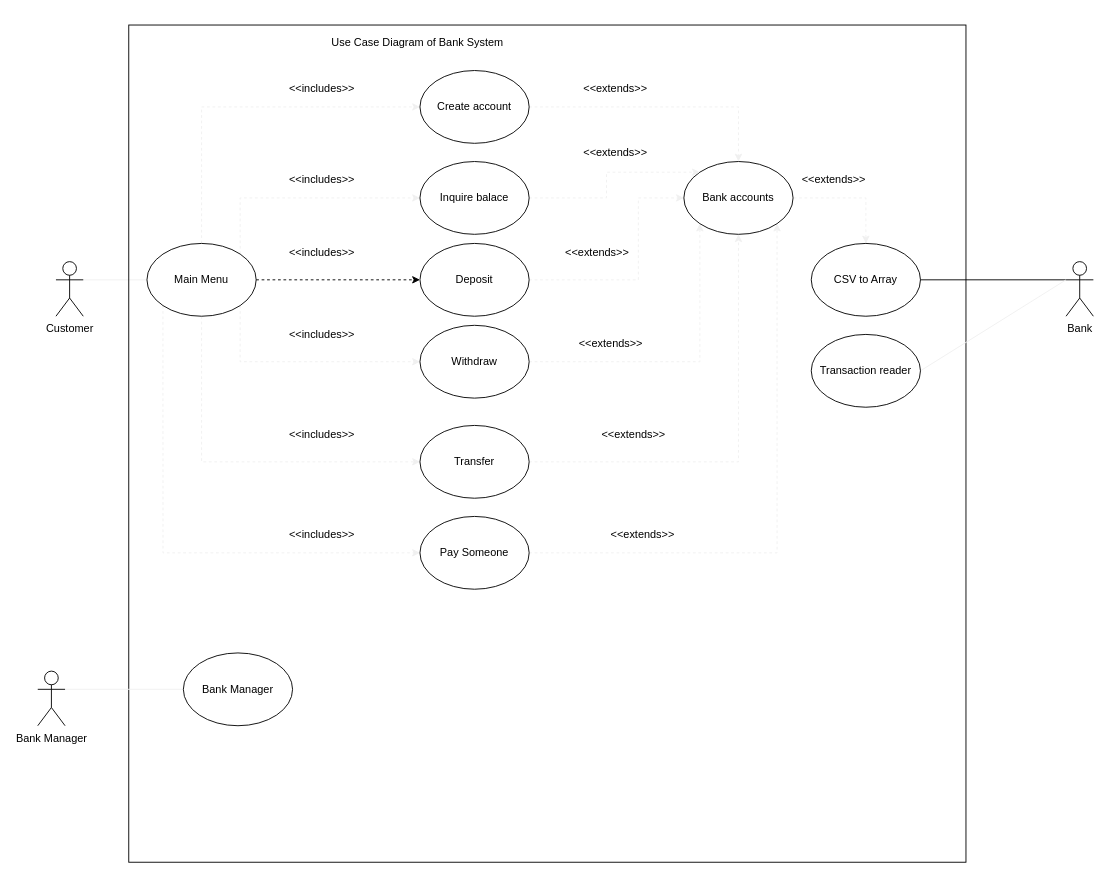
Above: page "UML use case" (1 of 2) of Untitled Diagram.drawio in Ocor17/Simple-Banking-Application (draw.io), before the change. Source tidied: cells renumbered, new cells numbered last; positions are measured from the earlier drawing's top-left corner, leaving out a move shared by most shapes. Both pictures are drawn from the tidied source at 91%, with x=0, y=0 at pixel (37, 25).
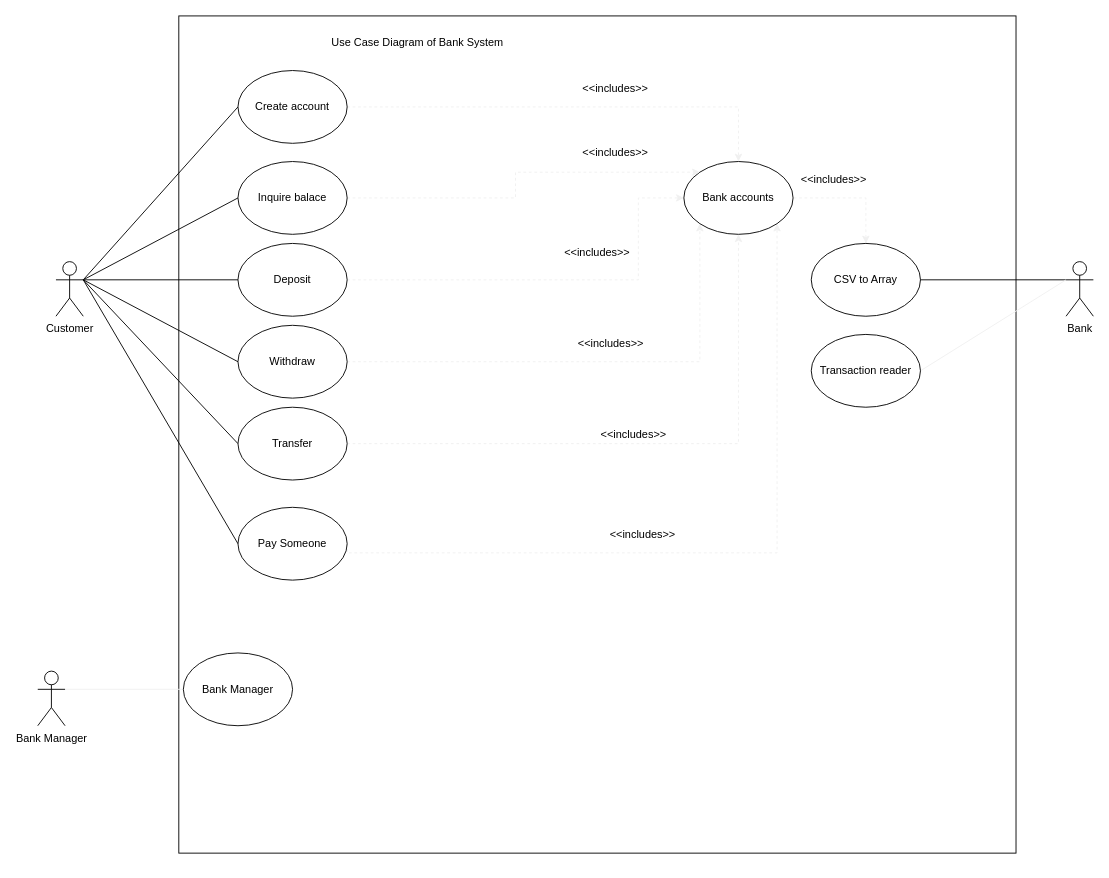
After the change.

The change refers to these unchanged cells:
```xml
<mxCell id="10" value="Customer" style="shape=umlActor;verticalLabelPosition=bottom;verticalAlign=top;html=1;outlineConnect=0;" parent="1" vertex="1">
  <mxGeometry x="20" y="260" width="30" height="60" as="geometry" />
</mxCell>
```

Diff of the diagram source:
```diff
@@
-    <mxCell id="2" style="edgeStyle=none;rounded=0;jettySize=auto;html=1;exitX=1;exitY=0.5;exitDx=0;exitDy=0;endArrow=classic;endFill=1;entryX=0;entryY=0.5;entryDx=0;entryDy=0;dashed=1;" parent="1" edge="1" source="37" target="21">
-      <mxGeometry relative="1" as="geometry" />
-    </mxCell>
-    <mxCell id="3" style="edgeStyle=orthogonalEdgeStyle;rounded=0;jettySize=auto;html=1;exitX=0.5;exitY=0;exitDx=0;exitDy=0;entryX=0;entryY=0.5;entryDx=0;entryDy=0;endArrow=classic;endFill=1;strokeColor=#f0f0f0;startArrow=none;startFill=0;dashed=1;" parent="1" edge="1" source="37" target="27">
-      <mxGeometry relative="1" as="geometry" />
-    </mxCell>
-    <mxCell id="4" style="edgeStyle=orthogonalEdgeStyle;rounded=0;jettySize=auto;html=1;exitX=1;exitY=1;exitDx=0;exitDy=0;entryX=0;entryY=0.5;entryDx=0;entryDy=0;startArrow=none;startFill=0;endArrow=classic;endFill=1;strokeColor=#f0f0f0;dashed=1;" parent="1" edge="1" source="37" target="19">
-      <mxGeometry relative="1" as="geometry">
-        <Array as="points">
-          <mxPoint x="222" y="370" />
-        </Array>
-      </mxGeometry>
-    </mxCell>
-    <mxCell id="5" style="edgeStyle=orthogonalEdgeStyle;rounded=0;jettySize=auto;html=1;exitX=0.5;exitY=1;exitDx=0;exitDy=0;entryX=0;entryY=0.5;entryDx=0;entryDy=0;startArrow=none;startFill=0;endArrow=classic;endFill=1;strokeColor=#f0f0f0;dashed=1;" parent="1" edge="1" source="37" target="23">
-      <mxGeometry relative="1" as="geometry">
-        <Array as="points">
-          <mxPoint x="180" y="480" />
-        </Array>
-      </mxGeometry>
-    </mxCell>
-    <mxCell id="6" style="edgeStyle=orthogonalEdgeStyle;rounded=0;jettySize=auto;html=1;exitX=0;exitY=1;exitDx=0;exitDy=0;entryX=0;entryY=0.5;entryDx=0;entryDy=0;startArrow=none;startFill=0;endArrow=classic;endFill=1;strokeColor=#f0f0f0;dashed=1;" parent="1" edge="1" source="37" target="25">
-      <mxGeometry relative="1" as="geometry">
-        <Array as="points">
-          <mxPoint x="138" y="580" />
-        </Array>
-      </mxGeometry>
-    </mxCell>
-    <mxCell id="7" style="rounded=0;jettySize=auto;html=1;exitX=1;exitY=0;exitDx=0;exitDy=0;entryX=0;entryY=0.5;entryDx=0;entryDy=0;startArrow=none;startFill=0;endArrow=classic;endFill=1;strokeColor=#f0f0f0;dashed=1;edgeStyle=orthogonalEdgeStyle;" parent="1" edge="1" source="37" target="36">
-      <mxGeometry relative="1" as="geometry">
-        <Array as="points">
-          <mxPoint x="222" y="190" />
-        </Array>
-      </mxGeometry>
-    </mxCell>
@@
-    <mxCell id="9" style="edgeStyle=none;rounded=0;jettySize=auto;html=1;exitX=1;exitY=0.3333333333333333;exitDx=0;exitDy=0;exitPerimeter=0;entryX=0;entryY=0.5;entryDx=0;entryDy=0;startArrow=none;startFill=0;endArrow=none;endFill=0;strokeColor=#f0f0f0;" parent="1" edge="1" source="10" target="37">
-      <mxGeometry relative="1" as="geometry" />
-    </mxCell>
+    <mxCell id="49" style="rounded=0;jettySize=auto;html=1;exitX=1;exitY=0.3333333333333333;exitDx=0;exitDy=0;exitPerimeter=0;entryX=0;entryY=0.5;entryDx=0;entryDy=0;endArrow=none;endFill=0;" parent="1" edge="1" source="10" target="27">
+      <mxGeometry relative="1" as="geometry" />
+    </mxCell>
+    <mxCell id="50" style="edgeStyle=none;rounded=0;jettySize=auto;html=1;exitX=1;exitY=0.3333333333333333;exitDx=0;exitDy=0;exitPerimeter=0;entryX=0;entryY=0.5;entryDx=0;entryDy=0;endArrow=none;endFill=0;" parent="1" edge="1" source="10" target="36">
+      <mxGeometry relative="1" as="geometry" />
+    </mxCell>
+    <mxCell id="51" style="edgeStyle=none;rounded=0;jettySize=auto;html=1;exitX=1;exitY=0.3333333333333333;exitDx=0;exitDy=0;exitPerimeter=0;entryX=0;entryY=0.5;entryDx=0;entryDy=0;endArrow=none;endFill=0;" parent="1" edge="1" source="10" target="21">
+      <mxGeometry relative="1" as="geometry" />
+    </mxCell>
+    <mxCell id="52" style="edgeStyle=none;rounded=0;jettySize=auto;html=1;exitX=1;exitY=0.3333333333333333;exitDx=0;exitDy=0;exitPerimeter=0;entryX=0;entryY=0.5;entryDx=0;entryDy=0;endArrow=none;endFill=0;" parent="1" edge="1" source="10" target="19">
+      <mxGeometry relative="1" as="geometry" />
+    </mxCell>
+    <mxCell id="53" style="edgeStyle=none;rounded=0;jettySize=auto;html=1;exitX=1;exitY=0.3333333333333333;exitDx=0;exitDy=0;exitPerimeter=0;entryX=0;entryY=0.5;entryDx=0;entryDy=0;endArrow=none;endFill=0;" parent="1" edge="1" source="10" target="23">
+      <mxGeometry relative="1" as="geometry" />
+    </mxCell>
+    <mxCell id="54" style="edgeStyle=none;rounded=0;jettySize=auto;html=1;exitX=1;exitY=0.3333333333333333;exitDx=0;exitDy=0;exitPerimeter=0;entryX=0;entryY=0.5;entryDx=0;entryDy=0;endArrow=none;endFill=0;" parent="1" edge="1" source="10" target="25">
+      <mxGeometry relative="1" as="geometry" />
+    </mxCell>
@@
     <mxCell id="11" style="whiteSpace=wrap;html=1;fillColor=none;perimeter=rectanglePerimeter;rounded=0;imageWidth=23;imageAspect=0;" parent="1" vertex="1">
-      <mxGeometry x="100" width="920" height="920" as="geometry" />
+      <mxGeometry x="155" y="-10" width="920" height="920" as="geometry" />
     </mxCell>
@@
     <mxCell id="19" value="Withdraw" style="ellipse;whiteSpace=wrap;html=1;fillColor=none;" parent="1" vertex="1">
-      <mxGeometry x="420" y="330" width="120" height="80" as="geometry" />
+      <mxGeometry x="220" y="330" width="120" height="80" as="geometry" />
     </mxCell>
@@
     <mxCell id="21" value="Deposit" style="ellipse;whiteSpace=wrap;html=1;fillColor=none;" parent="1" vertex="1">
-      <mxGeometry x="420" y="240" width="120" height="80" as="geometry" />
+      <mxGeometry x="220" y="240" width="120" height="80" as="geometry" />
     </mxCell>
@@
     <mxCell id="23" value="Transfer" style="ellipse;whiteSpace=wrap;html=1;fillColor=none;" parent="1" vertex="1">
-      <mxGeometry x="420" y="440" width="120" height="80" as="geometry" />
+      <mxGeometry x="220" y="420" width="120" height="80" as="geometry" />
     </mxCell>
@@
     <mxCell id="25" value="Pay Someone" style="ellipse;whiteSpace=wrap;html=1;fillColor=none;" parent="1" vertex="1">
-      <mxGeometry x="420" y="540" width="120" height="80" as="geometry" />
+      <mxGeometry x="220" y="530" width="120" height="80" as="geometry" />
     </mxCell>
@@
     <mxCell id="27" value="Create account" style="ellipse;whiteSpace=wrap;html=1;fillColor=none;" parent="1" vertex="1">
-      <mxGeometry x="420" y="50" width="120" height="80" as="geometry" />
+      <mxGeometry x="220" y="50" width="120" height="80" as="geometry" />
     </mxCell>
@@
-    <mxCell id="33" value="&amp;lt;&amp;lt;extends&amp;gt;&amp;gt;" style="text;html=1;strokeColor=none;fillColor=none;align=center;verticalAlign=middle;whiteSpace=wrap;rounded=0;" parent="1" vertex="1">
+    <mxCell id="33" value="&amp;lt;&amp;lt;includes&amp;gt;&amp;gt;" style="text;html=1;strokeColor=none;fillColor=none;align=center;verticalAlign=middle;whiteSpace=wrap;rounded=0;" parent="1" vertex="1">
       <mxGeometry x="830" y="160" width="90" height="20" as="geometry" />
     </mxCell>
-    <mxCell id="34" value="&amp;lt;&amp;lt;extends&amp;gt;&amp;gt;" style="text;html=1;strokeColor=none;fillColor=none;align=center;verticalAlign=middle;whiteSpace=wrap;rounded=0;" parent="1" vertex="1">
+    <mxCell id="34" value="&amp;lt;&amp;lt;includes&amp;gt;&amp;gt;" style="text;html=1;strokeColor=none;fillColor=none;align=center;verticalAlign=middle;whiteSpace=wrap;rounded=0;" parent="1" vertex="1">
       <mxGeometry x="590" y="60" width="90" height="20" as="geometry" />
     </mxCell>
@@
     <mxCell id="36" value="Inquire balace" style="ellipse;whiteSpace=wrap;html=1;fillColor=none;" parent="1" vertex="1">
-      <mxGeometry x="420" y="150" width="120" height="80" as="geometry" />
+      <mxGeometry x="220" y="150" width="120" height="80" as="geometry" />
     </mxCell>
-    <mxCell id="37" value="Main Menu" style="ellipse;whiteSpace=wrap;html=1;fillColor=none;" parent="1" vertex="1">
-      <mxGeometry x="120" y="240" width="120" height="80" as="geometry" />
-    </mxCell>
-    <mxCell id="38" value="&amp;lt;&amp;lt;includes&amp;gt;&amp;gt;" style="text;html=1;strokeColor=none;fillColor=none;align=center;verticalAlign=middle;whiteSpace=wrap;rounded=0;" parent="1" vertex="1">
-      <mxGeometry x="270" y="60" width="85" height="20" as="geometry" />
-    </mxCell>
-    <mxCell id="39" value="&amp;lt;&amp;lt;includes&amp;gt;&amp;gt;" style="text;html=1;strokeColor=none;fillColor=none;align=center;verticalAlign=middle;whiteSpace=wrap;rounded=0;" parent="1" vertex="1">
-      <mxGeometry x="270" y="160" width="85" height="20" as="geometry" />
-    </mxCell>
-    <mxCell id="40" value="&amp;lt;&amp;lt;includes&amp;gt;&amp;gt;" style="text;html=1;strokeColor=none;fillColor=none;align=center;verticalAlign=middle;whiteSpace=wrap;rounded=0;" parent="1" vertex="1">
-      <mxGeometry x="270" y="240" width="85" height="20" as="geometry" />
-    </mxCell>
-    <mxCell id="41" value="&amp;lt;&amp;lt;includes&amp;gt;&amp;gt;" style="text;html=1;strokeColor=none;fillColor=none;align=center;verticalAlign=middle;whiteSpace=wrap;rounded=0;" parent="1" vertex="1">
-      <mxGeometry x="270" y="330" width="85" height="20" as="geometry" />
-    </mxCell>
-    <mxCell id="42" value="&amp;lt;&amp;lt;includes&amp;gt;&amp;gt;" style="text;html=1;strokeColor=none;fillColor=none;align=center;verticalAlign=middle;whiteSpace=wrap;rounded=0;" parent="1" vertex="1">
-      <mxGeometry x="270" y="440" width="85" height="20" as="geometry" />
-    </mxCell>
-    <mxCell id="43" value="&amp;lt;&amp;lt;includes&amp;gt;&amp;gt;" style="text;html=1;strokeColor=none;fillColor=none;align=center;verticalAlign=middle;whiteSpace=wrap;rounded=0;" parent="1" vertex="1">
-      <mxGeometry x="270" y="550" width="85" height="20" as="geometry" />
-    </mxCell>
-    <mxCell id="44" value="&amp;lt;&amp;lt;extends&amp;gt;&amp;gt;" style="text;html=1;strokeColor=none;fillColor=none;align=center;verticalAlign=middle;whiteSpace=wrap;rounded=0;" parent="1" vertex="1">
+    <mxCell id="44" value="&amp;lt;&amp;lt;includes&amp;gt;&amp;gt;" style="text;html=1;strokeColor=none;fillColor=none;align=center;verticalAlign=middle;whiteSpace=wrap;rounded=0;" parent="1" vertex="1">
       <mxGeometry x="590" y="130" width="90" height="20" as="geometry" />
     </mxCell>
-    <mxCell id="45" value="&amp;lt;&amp;lt;extends&amp;gt;&amp;gt;" style="text;html=1;strokeColor=none;fillColor=none;align=center;verticalAlign=middle;whiteSpace=wrap;rounded=0;" parent="1" vertex="1">
+    <mxCell id="45" value="&amp;lt;&amp;lt;includes&amp;gt;&amp;gt;" style="text;html=1;strokeColor=none;fillColor=none;align=center;verticalAlign=middle;whiteSpace=wrap;rounded=0;" parent="1" vertex="1">
       <mxGeometry x="570" y="240" width="90" height="20" as="geometry" />
     </mxCell>
-    <mxCell id="46" value="&amp;lt;&amp;lt;extends&amp;gt;&amp;gt;" style="text;html=1;strokeColor=none;fillColor=none;align=center;verticalAlign=middle;whiteSpace=wrap;rounded=0;" parent="1" vertex="1">
+    <mxCell id="46" value="&amp;lt;&amp;lt;includes&amp;gt;&amp;gt;" style="text;html=1;strokeColor=none;fillColor=none;align=center;verticalAlign=middle;whiteSpace=wrap;rounded=0;" parent="1" vertex="1">
       <mxGeometry x="585" y="340" width="90" height="20" as="geometry" />
     </mxCell>
-    <mxCell id="47" value="&amp;lt;&amp;lt;extends&amp;gt;&amp;gt;" style="text;html=1;strokeColor=none;fillColor=none;align=center;verticalAlign=middle;whiteSpace=wrap;rounded=0;" parent="1" vertex="1">
+    <mxCell id="47" value="&amp;lt;&amp;lt;includes&amp;gt;&amp;gt;" style="text;html=1;strokeColor=none;fillColor=none;align=center;verticalAlign=middle;whiteSpace=wrap;rounded=0;" parent="1" vertex="1">
       <mxGeometry x="610" y="440" width="90" height="20" as="geometry" />
     </mxCell>
-    <mxCell id="48" value="&amp;lt;&amp;lt;extends&amp;gt;&amp;gt;" style="text;html=1;strokeColor=none;fillColor=none;align=center;verticalAlign=middle;whiteSpace=wrap;rounded=0;" parent="1" vertex="1">
+    <mxCell id="48" value="&amp;lt;&amp;lt;includes&amp;gt;&amp;gt;" style="text;html=1;strokeColor=none;fillColor=none;align=center;verticalAlign=middle;whiteSpace=wrap;rounded=0;" parent="1" vertex="1">
       <mxGeometry x="620" y="550" width="90" height="20" as="geometry" />
     </mxCell>
```
